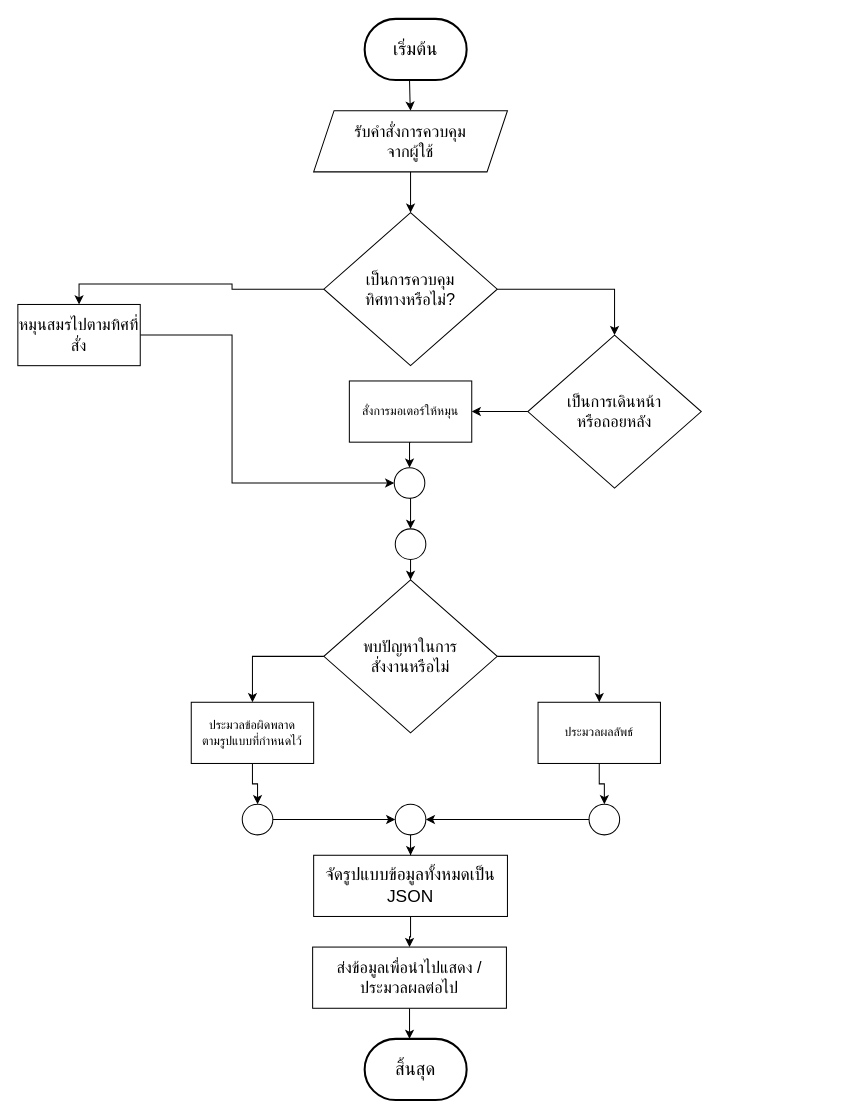
Before: page "control-api" (2 of 3) of function.drawio in toonshouin/psc-flowchart-workshop, a draw.io diagram. Source tidied: cells renumbered, new cells numbered last; positions are measured from the earlier drawing's top-left corner, leaving out a move shared by most shapes. Both pictures are drawn from the tidied source at 102%, with x=0, y=0 at pixel (17, 18).
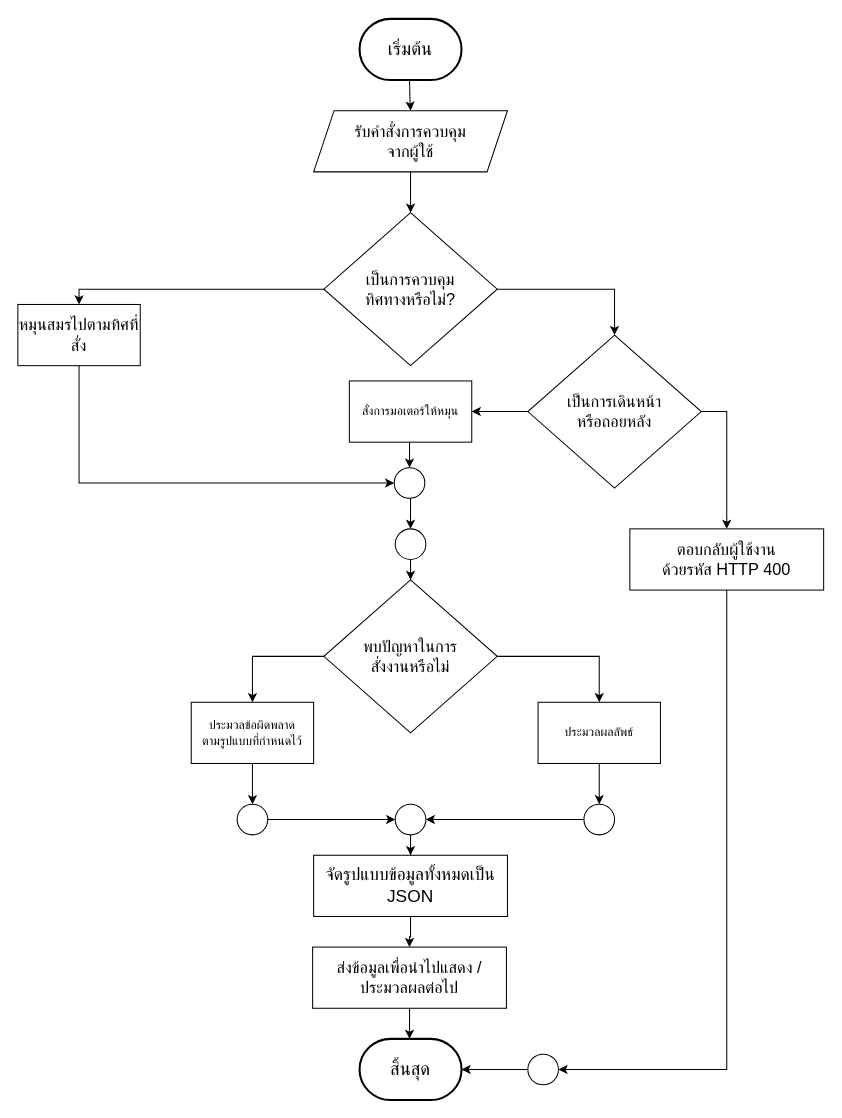
The same diagram, later.

Commit message:
feat: blank pwa | add: 400 request when someone กวนตีน

Unchanged cells that the change refers to:
```xml
<mxCell id="7" value="&lt;div&gt;&lt;font style=&quot;font-size: 16px;&quot;&gt;เป็นการควบคุม&lt;/font&gt;&lt;/div&gt;&lt;div&gt;&lt;font style=&quot;font-size: 16px;&quot;&gt;ทิศทางหรือไม่?&lt;/font&gt;&lt;/div&gt;" style="rhombus;whiteSpace=wrap;html=1;" parent="1" vertex="1">
  <mxGeometry x="300" y="190" width="170" height="150" as="geometry" />
</mxCell>
<mxCell id="9" value="หมุนสมรไปตามทิศที่สั่ง" style="rounded=0;whiteSpace=wrap;html=1;fontSize=16;" parent="1" vertex="1">
  <mxGeometry y="280" width="120" height="60" as="geometry" />
</mxCell>
<mxCell id="11" value="&lt;div&gt;&lt;font style=&quot;font-size: 16px;&quot;&gt;เป็นการเดินหน้า&lt;/font&gt;&lt;/div&gt;&lt;div&gt;&lt;font style=&quot;font-size: 16px;&quot;&gt;หรือถอยหลัง&lt;/font&gt;&lt;/div&gt;" style="rhombus;whiteSpace=wrap;html=1;" parent="1" vertex="1">
  <mxGeometry x="500" y="310" width="170" height="150" as="geometry" />
</mxCell>
<mxCell id="19" style="ellipse;whiteSpace=wrap;html=1;" parent="1" vertex="1">
  <mxGeometry x="369" y="440" width="30" height="30" as="geometry" />
</mxCell>
```

What changed in the source:
```diff
@@
     <mxCell id="5" style="edgeStyle=orthogonalEdgeStyle;rounded=0;jettySize=auto;html=1;exitX=0;exitY=0.5;exitDx=0;exitDy=0;entryX=0.5;entryY=0;entryDx=0;entryDy=0;" parent="1" edge="1" source="7" target="9">
-      <mxGeometry relative="1" as="geometry" />
+      <mxGeometry relative="1" as="geometry">
+        <Array as="points">
+          <mxPoint x="60" y="265" />
+        </Array>
+      </mxGeometry>
     </mxCell>
@@
     <mxCell id="8" style="edgeStyle=orthogonalEdgeStyle;rounded=0;jettySize=auto;html=1;entryX=0;entryY=0.5;entryDx=0;entryDy=0;" parent="1" edge="1" source="9" target="19">
       <mxGeometry relative="1" as="geometry">
         <Array as="points">
-          <mxPoint x="210" y="455" />
+          <mxPoint x="60" y="455" />
         </Array>
       </mxGeometry>
     </mxCell>
@@
+    <mxCell id="37" style="edgeStyle=orthogonalEdgeStyle;rounded=0;jettySize=auto;html=1;exitX=1;exitY=0.5;exitDx=0;exitDy=0;entryX=0.5;entryY=0;entryDx=0;entryDy=0;" parent="1" edge="1" source="11" target="41">
+      <mxGeometry relative="1" as="geometry" />
+    </mxCell>
@@
     <mxCell id="32" style="ellipse;whiteSpace=wrap;html=1;" parent="1" vertex="1">
-      <mxGeometry x="560" y="770" width="30" height="30" as="geometry" />
+      <mxGeometry x="555" y="770" width="30" height="30" as="geometry" />
     </mxCell>
@@
     <mxCell id="34" style="ellipse;whiteSpace=wrap;html=1;" parent="1" vertex="1">
-      <mxGeometry x="220" y="770" width="30" height="30" as="geometry" />
+      <mxGeometry x="215" y="770" width="30" height="30" as="geometry" />
     </mxCell>
     <mxCell id="35" value="เริ่มต้น" style="strokeWidth=2;html=1;shape=mxgraph.flowchart.terminator;whiteSpace=wrap;fontSize=18;" parent="1" vertex="1">
-      <mxGeometry x="340" width="100" height="60" as="geometry" />
+      <mxGeometry x="335" width="100" height="60" as="geometry" />
     </mxCell>
     <mxCell id="36" value="สิ้นสุด" style="strokeWidth=2;html=1;shape=mxgraph.flowchart.terminator;whiteSpace=wrap;fontSize=18;" parent="1" vertex="1">
-      <mxGeometry x="340" y="1000" width="100" height="60" as="geometry" />
+      <mxGeometry x="335" y="1000" width="100" height="60" as="geometry" />
     </mxCell>
+    <mxCell id="38" style="edgeStyle=orthogonalEdgeStyle;rounded=0;jettySize=auto;html=1;" parent="1" edge="1" source="39" target="36">
+      <mxGeometry relative="1" as="geometry" />
+    </mxCell>
+    <mxCell id="39" style="ellipse;whiteSpace=wrap;html=1;" parent="1" vertex="1">
+      <mxGeometry x="500" y="1015" width="30" height="30" as="geometry" />
+    </mxCell>
+    <mxCell id="40" style="edgeStyle=orthogonalEdgeStyle;rounded=0;jettySize=auto;html=1;exitX=0.5;exitY=1;exitDx=0;exitDy=0;entryX=1;entryY=0.5;entryDx=0;entryDy=0;" parent="1" edge="1" source="41" target="39">
+      <mxGeometry relative="1" as="geometry" />
+    </mxCell>
+    <mxCell id="41" value="&lt;div&gt;ตอบกลับผู้ใช้งาน&lt;/div&gt;&lt;div&gt;ด้วยรหัส HTTP 400&lt;/div&gt;" style="whiteSpace=wrap;html=1;fontSize=16;rounded=0;" parent="1" vertex="1">
+      <mxGeometry x="600" y="500" width="190" height="60" as="geometry" />
+    </mxCell>
```
